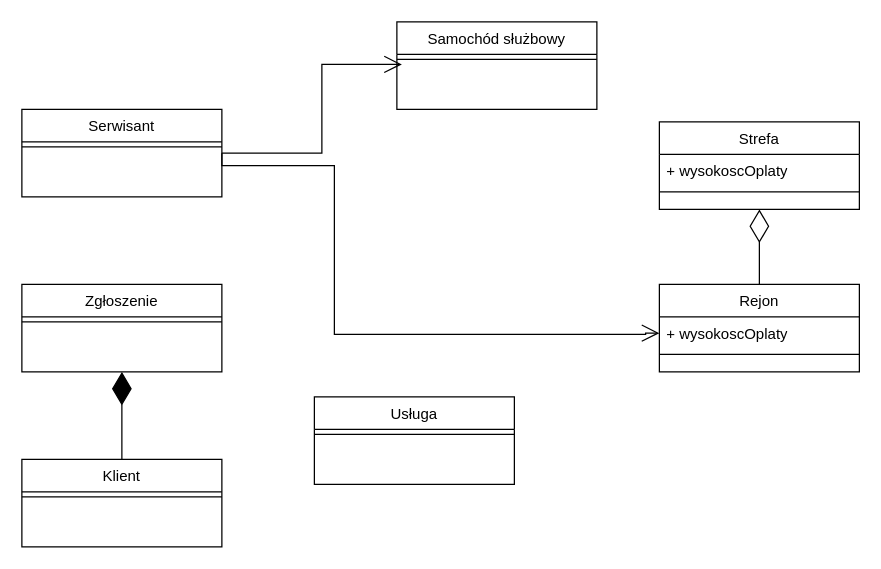
Earlier version of the draw.io diagram przed-w-diagram-klas.drawio (MichjuX/UML_Diagrams). Source tidied: cells renumbered, new cells numbered last; positions are measured from the earlier drawing's top-left corner, leaving out a move shared by most shapes. Both pictures are drawn from the tidied source at 125%, with x=0, y=0 at pixel (21, 21).
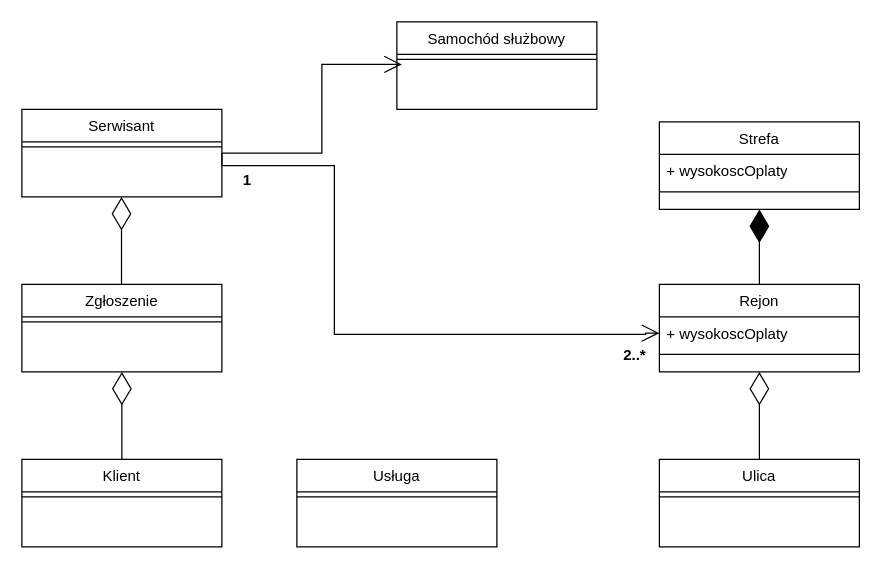
After the change.

Unchanged cells that the change refers to:
```xml
<mxCell id="6" value="Strefa" style="swimlane;fontStyle=0;align=center;verticalAlign=top;horizontal=1;startSize=26;rounded=0;shadow=0;strokeWidth=1;" parent="1" vertex="1">
  <mxGeometry x="510" y="80" width="160" height="70" as="geometry" />
</mxCell>
<mxCell id="9" value="Zgłoszenie" style="swimlane;fontStyle=0;align=center;verticalAlign=top;horizontal=1;startSize=26;rounded=0;shadow=0;strokeWidth=1;" parent="1" vertex="1">
  <mxGeometry y="210" width="160" height="70" as="geometry" />
</mxCell>
<mxCell id="11" value="Klient" style="swimlane;fontStyle=0;align=center;verticalAlign=top;horizontal=1;startSize=26;rounded=0;shadow=0;strokeWidth=1;" parent="1" vertex="1">
  <mxGeometry y="350" width="160" height="70" as="geometry" />
</mxCell>
<mxCell id="17" value="Rejon" style="swimlane;fontStyle=0;align=center;verticalAlign=top;horizontal=1;startSize=26;rounded=0;shadow=0;strokeWidth=1;" parent="1" vertex="1">
  <mxGeometry x="510" y="210" width="160" height="70" as="geometry" />
</mxCell>
```

The edit, as a diff of the source:
```diff
@@
-    <mxCell id="13" style="endArrow=diamondThin;endFill=1;endSize=24;html=1;rounded=0;exitX=0.5;exitY=0;exitDx=0;exitDy=0;entryX=0.5;entryY=1;entryDx=0;entryDy=0;" parent="1" edge="1" source="11" target="9">
-      <mxGeometry relative="1" as="geometry" />
-    </mxCell>
     <mxCell id="14" value="Usługa" style="swimlane;fontStyle=0;align=center;verticalAlign=top;horizontal=1;startSize=26;rounded=0;shadow=0;strokeWidth=1;" parent="1" vertex="1">
-      <mxGeometry x="234" y="300" width="160" height="70" as="geometry" />
+      <mxGeometry x="220" y="350" width="160" height="70" as="geometry" />
     </mxCell>
@@
-    <mxCell id="21" style="endArrow=diamondThin;endFill=0;endSize=24;html=1;rounded=0;entryX=0.5;entryY=1;entryDx=0;entryDy=0;exitX=0.5;exitY=0;exitDx=0;exitDy=0;" parent="1" edge="1" source="17" target="6">
+    <mxCell id="21" style="endArrow=diamondThin;endFill=1;endSize=24;html=1;rounded=0;entryX=0.5;entryY=1;entryDx=0;entryDy=0;exitX=0.5;exitY=0;exitDx=0;exitDy=0;" parent="1" edge="1" source="17" target="6">
       <mxGeometry relative="1" as="geometry" />
     </mxCell>
+    <mxCell id="13" style="endArrow=diamondThin;endFill=0;endSize=24;html=1;rounded=0;entryX=0.5;entryY=1;entryDx=0;entryDy=0;exitX=0.5;exitY=0;exitDx=0;exitDy=0;" parent="1" edge="1" source="11" target="9">
+      <mxGeometry relative="1" as="geometry" />
+    </mxCell>
+    <mxCell id="22" value="Ulica" style="swimlane;fontStyle=0;align=center;verticalAlign=top;horizontal=1;startSize=26;rounded=0;shadow=0;strokeWidth=1;" parent="1" vertex="1">
+      <mxGeometry x="510" y="350" width="160" height="70" as="geometry" />
+    </mxCell>
+    <mxCell id="23" style="line;html=1;strokeWidth=1;align=left;verticalAlign=middle;spacingTop=-1;spacingLeft=3;spacingRight=3;labelPosition=right;" parent="22" vertex="1">
+      <mxGeometry y="26" width="160" height="8" as="geometry" />
+    </mxCell>
+    <mxCell id="24" style="endArrow=diamondThin;endFill=0;endSize=24;html=1;rounded=0;exitX=0.5;exitY=0;exitDx=0;exitDy=0;entryX=0.5;entryY=1;entryDx=0;entryDy=0;" parent="1" edge="1" source="22" target="17">
+      <mxGeometry relative="1" as="geometry" />
+    </mxCell>
+    <mxCell id="25" value="1" style="text;align=center;fontStyle=1;verticalAlign=middle;spacingLeft=3;spacingRight=3;strokeColor=none;html=1;" parent="1" vertex="1">
+      <mxGeometry x="140" y="114" width="80" height="26" as="geometry" />
+    </mxCell>
+    <mxCell id="26" value="2..*" style="text;align=center;fontStyle=1;verticalAlign=middle;spacingLeft=3;spacingRight=3;strokeColor=none;html=1;" parent="1" vertex="1">
+      <mxGeometry x="450" y="254" width="80" height="26" as="geometry" />
+    </mxCell>
+    <mxCell id="27" style="endArrow=diamondThin;endFill=0;endSize=24;html=1;rounded=0;entryX=0.5;entryY=1;entryDx=0;entryDy=0;exitX=0.5;exitY=0;exitDx=0;exitDy=0;" parent="1" edge="1">
+      <mxGeometry relative="1" as="geometry">
+        <mxPoint x="79.7" y="210" as="sourcePoint" />
+        <mxPoint x="79.7" y="140" as="targetPoint" />
+      </mxGeometry>
+    </mxCell>
```
